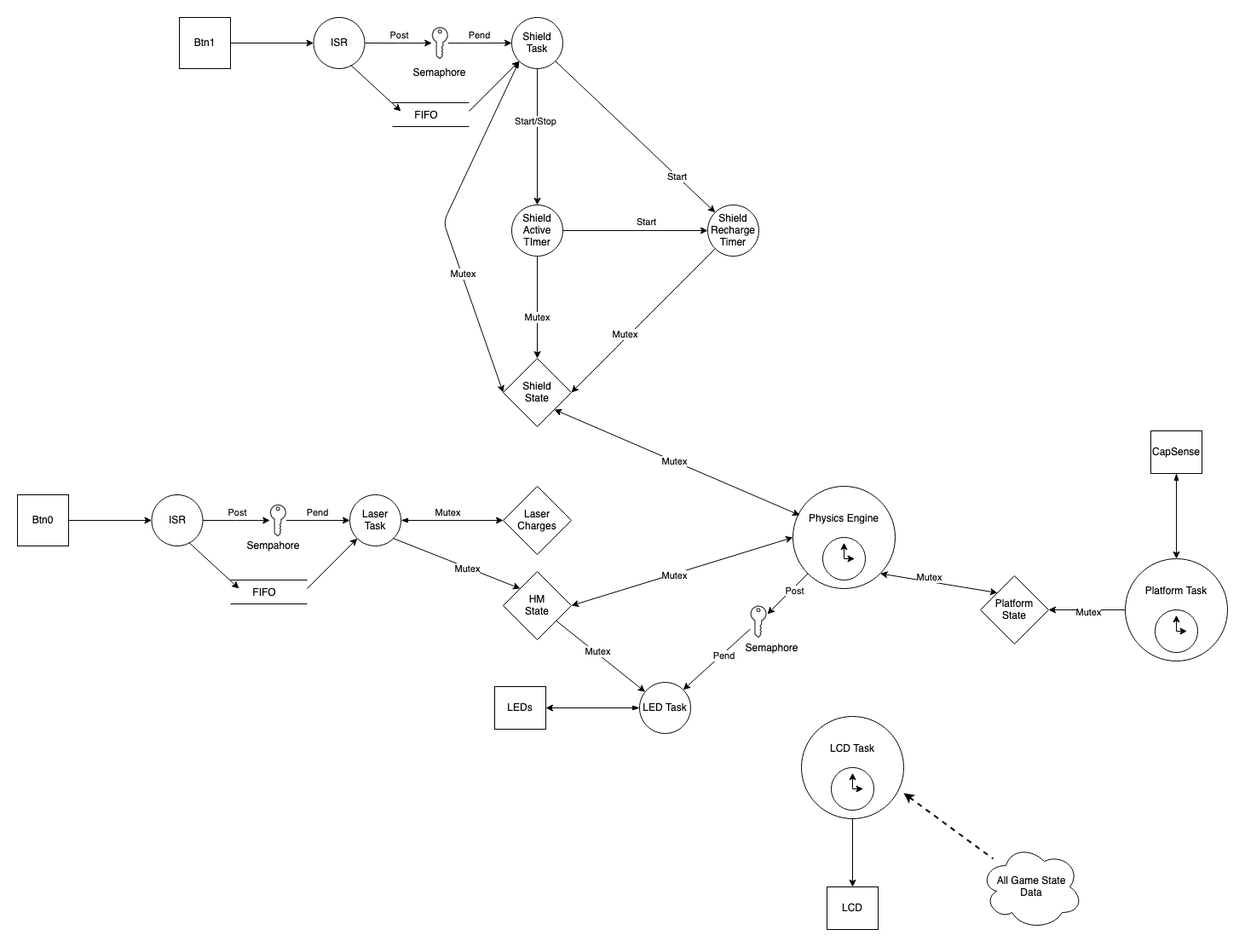
This is task_diagram.drawio.png from willsnider927/HoltzmanPong_RTOS, a draw.io export, as it was before one commit. Source tidied: cells renumbered, new cells last; positions are measured from the earlier drawing's top-left corner, leaving out a move shared by most shapes.
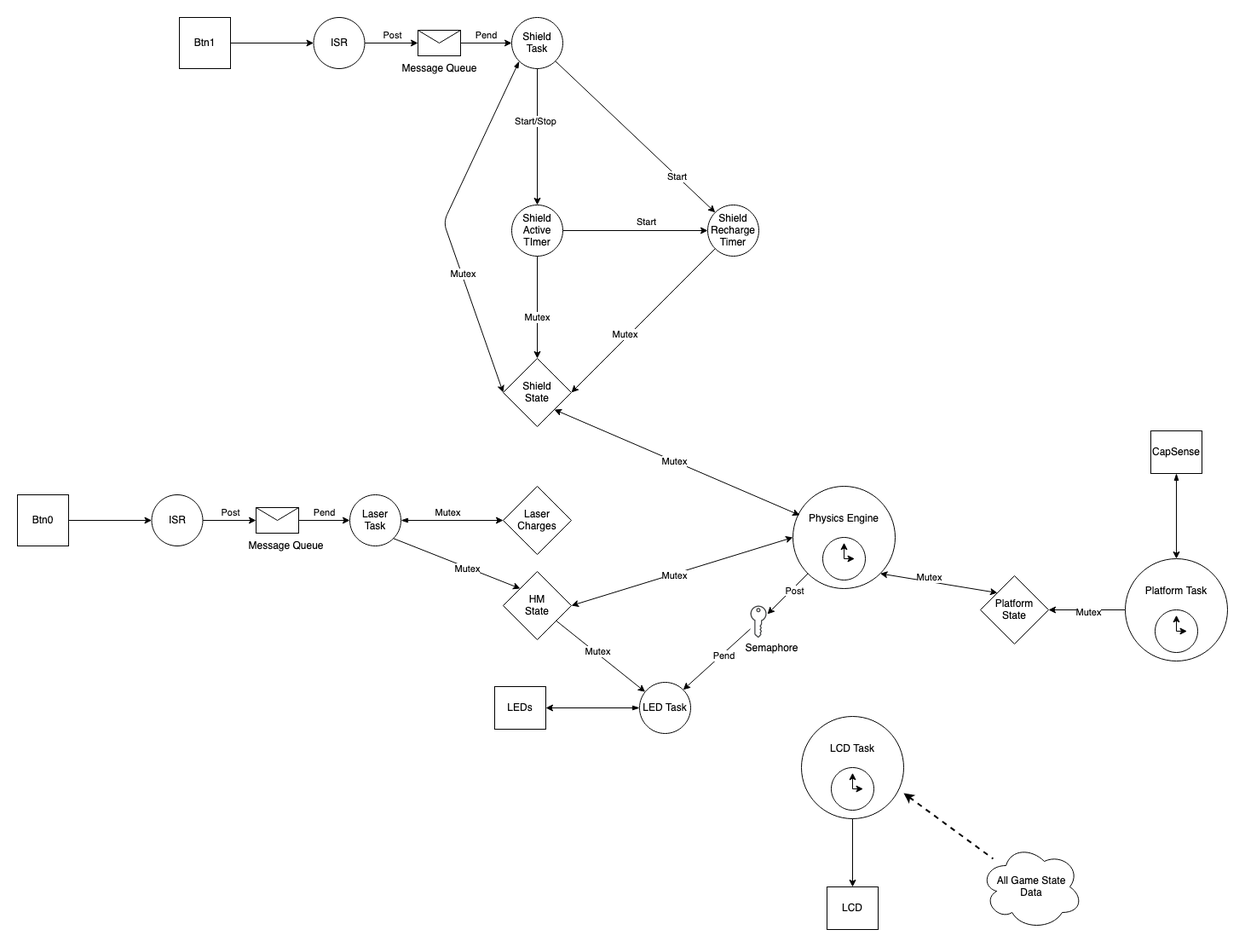
The same file after the commit.

Commit message:
replaced fifo's with message queues

Diff of the diagram source:
```diff
@@ -24,7 +24,7 @@
       </mxGeometry>
     </mxCell>
     <mxCell id="7" style="group;" parent="1" vertex="1">
-      <mxGeometry x="190" width="450" height="60" as="geometry" />
+      <mxGeometry x="190" width="450" height="75" as="geometry" />
     </mxCell>
     <mxCell id="8" value="Btn1" style="whiteSpace=wrap;html=1;" parent="7" vertex="1">
       <mxGeometry width="60" height="60" as="geometry" />
@@ -37,10 +37,13 @@
     <mxCell id="10" value="ISR" style="ellipse;whiteSpace=wrap;html=1;" parent="7" vertex="1">
       <mxGeometry x="157.5" width="60" height="60" as="geometry" />
     </mxCell>
-    <mxCell id="11" style="sketch=0;shadow=0;dashed=0;html=1;strokeColor=none;fillColor=#434445;labelPosition=center;verticalLabelPosition=bottom;verticalAlign=top;align=center;outlineConnect=0;shape=mxgraph.vvd.tenant_key;" parent="7" vertex="1">
-      <mxGeometry x="296.2" y="11.2" width="19.1" height="37.5" as="geometry" />
-    </mxCell>
+    <mxCell id="14" value="&lt;div&gt;Shield&lt;/div&gt;&lt;div&gt;Task&lt;br&gt;&lt;/div&gt;" style="ellipse;whiteSpace=wrap;html=1;" parent="7" vertex="1">
+      <mxGeometry x="390" width="60" height="60" as="geometry" />
+    </mxCell>
+    <mxCell id="97" style="shape=message;html=1;whiteSpace=wrap;html=1;outlineConnect=0;" parent="7" vertex="1">
+      <mxGeometry x="280" y="15" width="50" height="30" as="geometry" />
+    </mxCell>
-    <mxCell id="12" style="edgeStyle=orthogonalEdgeStyle;rounded=0;jettySize=auto;html=1;exitX=1;exitY=0.5;exitDx=0;exitDy=0;" parent="7" edge="1" source="10" target="11">
+    <mxCell id="12" style="edgeStyle=orthogonalEdgeStyle;rounded=0;jettySize=auto;html=1;exitX=1;exitY=0.5;exitDx=0;exitDy=0;entryX=0;entryY=0.5;entryDx=0;entryDy=0;" parent="7" edge="1" source="10" target="97">
       <mxGeometry relative="1" as="geometry" />
     </mxCell>
     <mxCell id="13" value="Post" style="edgeLabel;html=1;align=center;verticalAlign=middle;" parent="12" vertex="1">
@@ -48,10 +51,7 @@
         <mxPoint x="-1" y="-7" as="offset" />
       </mxGeometry>
     </mxCell>
-    <mxCell id="14" value="&lt;div&gt;Shield&lt;/div&gt;&lt;div&gt;Task&lt;br&gt;&lt;/div&gt;" style="ellipse;whiteSpace=wrap;html=1;" parent="7" vertex="1">
-      <mxGeometry x="390" width="60" height="60" as="geometry" />
-    </mxCell>
-    <mxCell id="15" style="edgeStyle=orthogonalEdgeStyle;rounded=0;jettySize=auto;html=1;entryX=0;entryY=0.5;entryDx=0;entryDy=0;" parent="7" edge="1" source="11" target="14">
+    <mxCell id="15" style="edgeStyle=orthogonalEdgeStyle;rounded=0;jettySize=auto;html=1;entryX=0;entryY=0.5;entryDx=0;entryDy=0;exitX=1;exitY=0.5;exitDx=0;exitDy=0;" parent="7" edge="1" source="97" target="14">
       <mxGeometry relative="1" as="geometry" />
     </mxCell>
     <mxCell id="16" value="&lt;div&gt;Pend&lt;/div&gt;" style="edgeLabel;html=1;align=center;verticalAlign=middle;" parent="15" vertex="1">
@@ -59,34 +59,9 @@
         <mxPoint x="5" y="-7" as="offset" />
       </mxGeometry>
     </mxCell>
-    <mxCell id="17" style="group;" parent="1" vertex="1">
-      <mxGeometry x="440" y="100" width="90" height="30" as="geometry" />
-    </mxCell>
-    <mxCell id="18" style="endArrow=none;html=1;rounded=0;" parent="17" edge="1">
-      <mxGeometry relative="1" as="geometry">
-        <mxPoint x="90" as="sourcePoint" />
-        <mxPoint as="targetPoint" />
-      </mxGeometry>
-    </mxCell>
-    <mxCell id="19" style="endArrow=none;html=1;rounded=0;" parent="17" edge="1">
-      <mxGeometry relative="1" as="geometry">
-        <mxPoint x="90" y="28" as="sourcePoint" />
-        <mxPoint y="28" as="targetPoint" />
-      </mxGeometry>
-    </mxCell>
-    <mxCell id="20" value="FIFO" style="text;html=1;strokeColor=none;fillColor=none;align=center;verticalAlign=middle;whiteSpace=wrap;rounded=0;" parent="17" vertex="1">
-      <mxGeometry x="10" width="60" height="30" as="geometry" />
-    </mxCell>
-    <mxCell id="21" style="endArrow=classic;html=1;rounded=1;exitX=0.729;exitY=0.933;exitDx=0;exitDy=0;exitPerimeter=0;" parent="1" edge="1" source="10">
-      <mxGeometry relative="1" as="geometry">
-        <mxPoint x="450" y="110" as="targetPoint" />
-      </mxGeometry>
-    </mxCell>
-    <mxCell id="22" style="endArrow=classic;html=1;rounded=1;entryX=0;entryY=1;entryDx=0;entryDy=0;" parent="1" edge="1" target="14">
-      <mxGeometry relative="1" as="geometry">
-        <mxPoint x="530" y="110" as="sourcePoint" />
-      </mxGeometry>
-    </mxCell>
+    <mxCell id="98" value="Message Queue" style="text;html=1;align=center;verticalAlign=middle;strokeColor=none;fillColor=none;" parent="7" vertex="1">
+      <mxGeometry x="250" y="45" width="110" height="30" as="geometry" />
+    </mxCell>
     <mxCell id="23" value="&lt;div&gt;Shield&lt;/div&gt;&lt;div&gt;State&lt;br&gt;&lt;/div&gt;" style="rhombus;whiteSpace=wrap;html=1;" parent="1" vertex="1">
       <mxGeometry x="570" y="400" width="80" height="80" as="geometry" />
     </mxCell>
@@ -153,10 +128,13 @@
     <mxCell id="42" value="ISR" style="ellipse;whiteSpace=wrap;html=1;" parent="39" vertex="1">
       <mxGeometry x="157.5" width="60" height="60" as="geometry" />
     </mxCell>
-    <mxCell id="43" style="sketch=0;shadow=0;dashed=0;html=1;strokeColor=none;fillColor=#434445;labelPosition=center;verticalLabelPosition=bottom;verticalAlign=top;align=center;outlineConnect=0;shape=mxgraph.vvd.tenant_key;" parent="39" vertex="1">
-      <mxGeometry x="296.2" y="11.2" width="19.1" height="37.5" as="geometry" />
-    </mxCell>
+    <mxCell id="46" value="&lt;div&gt;Laser&lt;/div&gt;&lt;div&gt;Task&lt;br&gt;&lt;/div&gt;" style="ellipse;whiteSpace=wrap;html=1;" parent="39" vertex="1">
+      <mxGeometry x="390" width="60" height="60" as="geometry" />
+    </mxCell>
+    <mxCell id="99" style="shape=message;html=1;whiteSpace=wrap;html=1;outlineConnect=0;" parent="39" vertex="1">
+      <mxGeometry x="280" y="15" width="50" height="30" as="geometry" />
+    </mxCell>
-    <mxCell id="44" style="edgeStyle=orthogonalEdgeStyle;rounded=0;jettySize=auto;html=1;exitX=1;exitY=0.5;exitDx=0;exitDy=0;" parent="39" edge="1" source="42" target="43">
+    <mxCell id="44" style="edgeStyle=orthogonalEdgeStyle;rounded=0;jettySize=auto;html=1;exitX=1;exitY=0.5;exitDx=0;exitDy=0;entryX=0;entryY=0.5;entryDx=0;entryDy=0;" parent="39" edge="1" source="42" target="99">
       <mxGeometry relative="1" as="geometry" />
     </mxCell>
     <mxCell id="45" value="Post" style="edgeLabel;html=1;align=center;verticalAlign=middle;" parent="44" vertex="1">
@@ -164,10 +142,7 @@
         <mxPoint x="-1" y="-7" as="offset" />
       </mxGeometry>
     </mxCell>
-    <mxCell id="46" value="&lt;div&gt;Laser&lt;/div&gt;&lt;div&gt;Task&lt;br&gt;&lt;/div&gt;" style="ellipse;whiteSpace=wrap;html=1;" parent="39" vertex="1">
-      <mxGeometry x="390" width="60" height="60" as="geometry" />
-    </mxCell>
-    <mxCell id="47" style="edgeStyle=orthogonalEdgeStyle;rounded=0;jettySize=auto;html=1;entryX=0;entryY=0.5;entryDx=0;entryDy=0;" parent="39" edge="1" source="43" target="46">
+    <mxCell id="47" style="edgeStyle=orthogonalEdgeStyle;rounded=0;jettySize=auto;html=1;entryX=0;entryY=0.5;entryDx=0;entryDy=0;exitX=1;exitY=0.5;exitDx=0;exitDy=0;" parent="39" edge="1" source="99" target="46">
       <mxGeometry relative="1" as="geometry" />
     </mxCell>
     <mxCell id="48" value="&lt;div&gt;Pend&lt;/div&gt;" style="edgeLabel;html=1;align=center;verticalAlign=middle;" parent="47" vertex="1">
@@ -175,29 +150,6 @@
         <mxPoint x="5" y="-7" as="offset" />
       </mxGeometry>
     </mxCell>
-    <mxCell id="49" style="group;" parent="1" vertex="1">
-      <mxGeometry x="250" y="660" width="90" height="30" as="geometry" />
-    </mxCell>
-    <mxCell id="50" style="endArrow=none;html=1;rounded=0;" parent="49" edge="1">
-      <mxGeometry relative="1" as="geometry">
-        <mxPoint x="90" as="sourcePoint" />
-        <mxPoint as="targetPoint" />
-      </mxGeometry>
-    </mxCell>
-    <mxCell id="51" style="endArrow=none;html=1;rounded=0;" parent="49" edge="1">
-      <mxGeometry relative="1" as="geometry">
-        <mxPoint x="90" y="28" as="sourcePoint" />
-        <mxPoint y="28" as="targetPoint" />
-      </mxGeometry>
-    </mxCell>
-    <mxCell id="52" value="FIFO" style="text;html=1;strokeColor=none;fillColor=none;align=center;verticalAlign=middle;whiteSpace=wrap;rounded=0;" parent="49" vertex="1">
-      <mxGeometry x="10" width="60" height="30" as="geometry" />
-    </mxCell>
-    <mxCell id="53" style="endArrow=classic;html=1;rounded=1;exitX=0.729;exitY=0.933;exitDx=0;exitDy=0;exitPerimeter=0;" parent="1" edge="1" source="42">
-      <mxGeometry relative="1" as="geometry">
-        <mxPoint x="260" y="670" as="targetPoint" />
-      </mxGeometry>
-    </mxCell>
     <mxCell id="54" value="&lt;div&gt;Laser &lt;br&gt;&lt;/div&gt;&lt;div&gt;Charges&lt;br&gt;&lt;/div&gt;" style="rhombus;whiteSpace=wrap;html=1;" parent="1" vertex="1">
       <mxGeometry x="570" y="550" width="80" height="80" as="geometry" />
     </mxCell>
@@ -258,20 +210,12 @@
     <mxCell id="71" value="Semaphore" style="text;html=1;align=center;verticalAlign=middle;strokeColor=none;fillColor=none;" parent="1" vertex="1">
       <mxGeometry x="840" y="725" width="90" height="30" as="geometry" />
     </mxCell>
-    <mxCell id="72" value="Sempahore" style="text;html=1;align=center;verticalAlign=middle;strokeColor=none;fillColor=none;" parent="1" vertex="1">
-      <mxGeometry x="255" y="605" width="90" height="30" as="geometry" />
+    <mxCell id="72" value="Message Queue" style="text;html=1;align=center;verticalAlign=middle;strokeColor=none;fillColor=none;" parent="1" vertex="1">
+      <mxGeometry x="260" y="605" width="110" height="30" as="geometry" />
     </mxCell>
-    <mxCell id="73" value="Semaphore" style="text;html=1;align=center;verticalAlign=middle;strokeColor=none;fillColor=none;" parent="1" vertex="1">
-      <mxGeometry x="450" y="50" width="90" height="30" as="geometry" />
-    </mxCell>
     <mxCell id="74" value="LEDs" style="rounded=0;whiteSpace=wrap;html=1;" parent="1" vertex="1">
       <mxGeometry x="560" y="785" width="60" height="50" as="geometry" />
     </mxCell>
-    <mxCell id="75" style="endArrow=classic;html=1;rounded=1;entryX=0;entryY=1;entryDx=0;entryDy=0;" parent="1" edge="1" target="46">
-      <mxGeometry relative="1" as="geometry">
-        <mxPoint x="340" y="670" as="sourcePoint" />
-      </mxGeometry>
-    </mxCell>
     <mxCell id="76" style="edgeStyle=orthogonalEdgeStyle;rounded=1;jettySize=auto;html=1;exitX=0.5;exitY=1;exitDx=0;exitDy=0;startArrow=blockThin;startFill=1;" parent="1" edge="1" source="77" target="80">
       <mxGeometry relative="1" as="geometry" />
     </mxCell>
```
